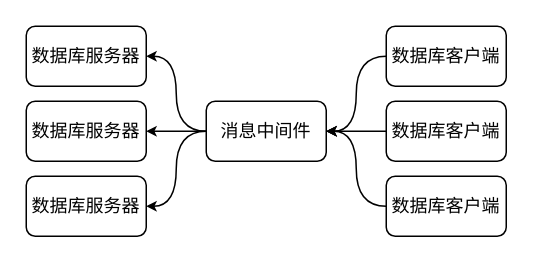
Before: page "第 2 页" (2 of 3) of middleware.drawio in foreignbill/drawio, a draw.io diagram. Source tidied: cells renumbered, new cells numbered last; positions are measured from the earlier drawing's top-left corner, leaving out a move shared by most shapes. Both pictures are drawn from the tidied source at 150%, with x=0, y=0 at pixel (26, 26).
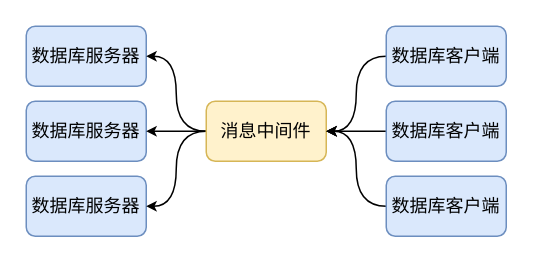
The same diagram, later.

What changed in the source:
```diff
@@
 <mxGraphModel>
   <root>
     <mxCell id="0" />
     <mxCell id="1" parent="0" />
-    <mxCell id="2" value="数据库服务器" style="rounded=1;whiteSpace=wrap;html=1;fontFamily=Times New Roman;" parent="1" vertex="1">
+    <mxCell id="2" value="数据库服务器" style="rounded=1;whiteSpace=wrap;html=1;fontFamily=Times New Roman;fillColor=#dae8fc;strokeColor=#6c8ebf;" parent="1" vertex="1">
       <mxGeometry width="80" height="40" as="geometry" />
     </mxCell>
-    <mxCell id="3" value="数据库服务器" style="rounded=1;whiteSpace=wrap;html=1;fontFamily=Times New Roman;" parent="1" vertex="1">
+    <mxCell id="3" value="数据库服务器" style="rounded=1;whiteSpace=wrap;html=1;fontFamily=Times New Roman;fillColor=#dae8fc;strokeColor=#6c8ebf;" parent="1" vertex="1">
       <mxGeometry y="50" width="80" height="40" as="geometry" />
     </mxCell>
-    <mxCell id="4" value="数据库服务器" style="rounded=1;whiteSpace=wrap;html=1;fontFamily=Times New Roman;" parent="1" vertex="1">
+    <mxCell id="4" value="数据库服务器" style="rounded=1;whiteSpace=wrap;html=1;fontFamily=Times New Roman;fillColor=#dae8fc;strokeColor=#6c8ebf;" parent="1" vertex="1">
       <mxGeometry y="100" width="80" height="40" as="geometry" />
     </mxCell>
     <mxCell id="5" style="edgeStyle=orthogonalEdgeStyle;rounded=0;jettySize=auto;html=1;exitX=0;exitY=0.5;exitDx=0;exitDy=0;entryX=1;entryY=0.5;entryDx=0;entryDy=0;endSize=4;startSize=4;curved=1;" parent="1" edge="1" source="8" target="3">
       <mxGeometry relative="1" as="geometry" />
     </mxCell>
     <mxCell id="6" style="edgeStyle=orthogonalEdgeStyle;rounded=0;jettySize=auto;html=1;exitX=0;exitY=0.5;exitDx=0;exitDy=0;entryX=1;entryY=0.5;entryDx=0;entryDy=0;endSize=4;startSize=4;curved=1;" parent="1" edge="1" source="8" target="2">
       <mxGeometry relative="1" as="geometry" />
     </mxCell>
     <mxCell id="7" style="edgeStyle=orthogonalEdgeStyle;rounded=0;jettySize=auto;html=1;exitX=0;exitY=0.5;exitDx=0;exitDy=0;entryX=1;entryY=0.5;entryDx=0;entryDy=0;endSize=4;startSize=4;curved=1;" parent="1" edge="1" source="8" target="4">
       <mxGeometry relative="1" as="geometry" />
     </mxCell>
-    <mxCell id="8" value="消息中间件" style="rounded=1;whiteSpace=wrap;html=1;fontFamily=Times New Roman;" parent="1" vertex="1">
+    <mxCell id="8" value="消息中间件" style="rounded=1;whiteSpace=wrap;html=1;fontFamily=Times New Roman;fillColor=#fff2cc;strokeColor=#d6b656;" parent="1" vertex="1">
       <mxGeometry x="120" y="50" width="80" height="40" as="geometry" />
     </mxCell>
     <mxCell id="9" style="edgeStyle=orthogonalEdgeStyle;rounded=0;jettySize=auto;html=1;exitX=0;exitY=0.5;exitDx=0;exitDy=0;entryX=1;entryY=0.5;entryDx=0;entryDy=0;endSize=4;startSize=4;curved=1;" parent="1" edge="1" source="10" target="8">
       <mxGeometry relative="1" as="geometry" />
     </mxCell>
-    <mxCell id="10" value="数据库客户端" style="rounded=1;whiteSpace=wrap;html=1;fontFamily=Times New Roman;" parent="1" vertex="1">
+    <mxCell id="10" value="数据库客户端" style="rounded=1;whiteSpace=wrap;html=1;fontFamily=Times New Roman;fillColor=#dae8fc;strokeColor=#6c8ebf;" parent="1" vertex="1">
       <mxGeometry x="240" y="50" width="80" height="40" as="geometry" />
     </mxCell>
     <mxCell id="11" style="edgeStyle=orthogonalEdgeStyle;rounded=0;jettySize=auto;html=1;exitX=0;exitY=0.5;exitDx=0;exitDy=0;entryX=1;entryY=0.5;entryDx=0;entryDy=0;endSize=4;startSize=4;curved=1;" parent="1" edge="1" source="12" target="8">
       <mxGeometry relative="1" as="geometry" />
     </mxCell>
-    <mxCell id="12" value="数据库客户端" style="rounded=1;whiteSpace=wrap;html=1;fontFamily=Times New Roman;" parent="1" vertex="1">
+    <mxCell id="12" value="数据库客户端" style="rounded=1;whiteSpace=wrap;html=1;fontFamily=Times New Roman;fillColor=#dae8fc;strokeColor=#6c8ebf;" parent="1" vertex="1">
       <mxGeometry x="240" width="80" height="40" as="geometry" />
     </mxCell>
     <mxCell id="13" style="edgeStyle=orthogonalEdgeStyle;rounded=0;jettySize=auto;html=1;exitX=0;exitY=0.5;exitDx=0;exitDy=0;entryX=1;entryY=0.5;entryDx=0;entryDy=0;endSize=4;startSize=4;curved=1;" parent="1" edge="1" source="14" target="8">
       <mxGeometry relative="1" as="geometry" />
     </mxCell>
-    <mxCell id="14" value="数据库客户端" style="rounded=1;whiteSpace=wrap;html=1;fontFamily=Times New Roman;" parent="1" vertex="1">
+    <mxCell id="14" value="数据库客户端" style="rounded=1;whiteSpace=wrap;html=1;fontFamily=Times New Roman;fillColor=#dae8fc;strokeColor=#6c8ebf;" parent="1" vertex="1">
       <mxGeometry x="240" y="100" width="80" height="40" as="geometry" />
     </mxCell>
   </root>
 </mxGraphModel>
```
